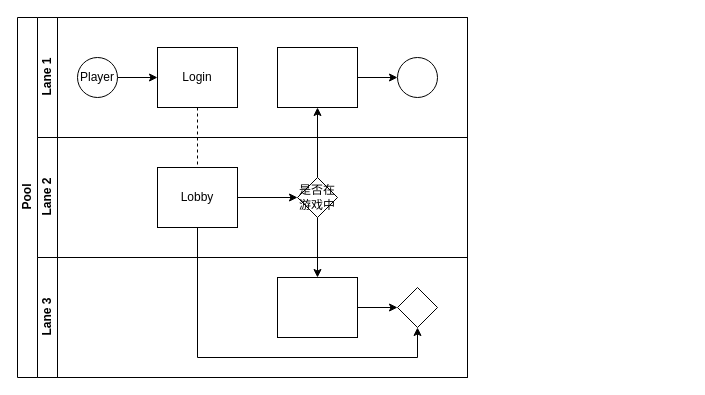
bactq/cmder keeps this draw.io diagram as Untitled Diagram.drawio. Above is the earlier version. Source tidied: cells renumbered, new cells numbered last; positions are measured from the earlier drawing's top-left corner, leaving out a move shared by most shapes. Both pictures are drawn from the tidied source at 100%, with x=0, y=0 at pixel (17, 17).
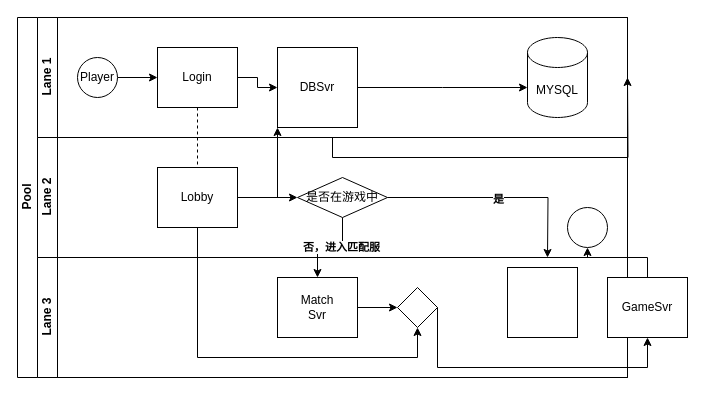
The same diagram, later.

Commit message:
RoyalRummy-logic

Unchanged cells that the change refers to:
```xml
<mxCell id="5" style="edgeStyle=orthogonalEdgeStyle;rounded=0;jettySize=auto;html=1;endArrow=classic;endFill=1;" parent="2" edge="1" source="17" target="20">
  <mxGeometry relative="1" as="geometry" />
</mxCell>
<mxCell id="10" value="Login" style="rounded=0;whiteSpace=wrap;html=1;fontFamily=Helvetica;fontSize=12;fontColor=#000000;align=center;" parent="7" vertex="1">
  <mxGeometry x="120" y="30" width="80" height="60" as="geometry" />
</mxCell>
<mxCell id="16" value="Lobby" style="rounded=0;whiteSpace=wrap;html=1;fontFamily=Helvetica;fontSize=12;fontColor=#000000;align=center;" parent="14" vertex="1">
  <mxGeometry x="120" y="30" width="80" height="60" as="geometry" />
</mxCell>
<mxCell id="21" style="rhombus;whiteSpace=wrap;html=1;fontFamily=Helvetica;fontSize=12;fontColor=#000000;align=center;" parent="18" vertex="1">
  <mxGeometry x="360" y="30" width="40" height="40" as="geometry" />
</mxCell>
```

Diff of the diagram source:
```diff
@@
     <mxCell id="2" value="Pool" style="swimlane;html=1;horizontal=0;startSize=20;" parent="1" vertex="1">
-      <mxGeometry width="450" height="360" as="geometry" />
+      <mxGeometry width="610" height="360" as="geometry" />
     </mxCell>
@@
-    <mxCell id="4" style="edgeStyle=orthogonalEdgeStyle;rounded=0;jettySize=auto;html=1;endArrow=classic;endFill=1;" parent="2" edge="1" source="17" target="12">
-      <mxGeometry relative="1" as="geometry" />
-    </mxCell>
@@
+    <mxCell id="22" value="否，进入匹配服" style="edgeLabel;html=1;align=center;verticalAlign=middle;fontStyle=1;" parent="5" vertex="1">
+      <mxGeometry x="-0.25" y="-1" relative="1" as="geometry" />
+    </mxCell>
@@
     <mxCell id="7" value="Lane 1" style="swimlane;html=1;startSize=20;horizontal=0;" parent="2" vertex="1">
-      <mxGeometry x="20" width="430" height="120" as="geometry" />
+      <mxGeometry x="20" width="590" height="120" as="geometry" />
     </mxCell>
@@
+    <mxCell id="23" style="edgeStyle=orthogonalEdgeStyle;rounded=0;jettySize=auto;html=1;" parent="7" edge="1" source="10" target="24">
+      <mxGeometry relative="1" as="geometry" />
+    </mxCell>
@@
-    <mxCell id="11" style="edgeStyle=orthogonalEdgeStyle;rounded=0;jettySize=auto;html=1;endArrow=classic;endFill=1;" parent="7" edge="1" source="12" target="13">
-      <mxGeometry relative="1" as="geometry" />
-    </mxCell>
-    <mxCell id="12" style="rounded=0;whiteSpace=wrap;html=1;fontFamily=Helvetica;fontSize=12;fontColor=#000000;align=center;" parent="7" vertex="1">
-      <mxGeometry x="240" y="30" width="80" height="60" as="geometry" />
-    </mxCell>
-    <mxCell id="13" style="ellipse;whiteSpace=wrap;html=1;" parent="7" vertex="1">
-      <mxGeometry x="360" y="40" width="40" height="40" as="geometry" />
-    </mxCell>
+    <mxCell id="24" value="DBSvr&lt;br&gt;" style="whiteSpace=wrap;html=1;" parent="7" vertex="1">
+      <mxGeometry x="240" y="30" width="80" height="80" as="geometry" />
+    </mxCell>
     <mxCell id="14" value="Lane 2" style="swimlane;html=1;startSize=20;horizontal=0;" parent="2" vertex="1">
-      <mxGeometry x="20" y="120" width="430" height="120" as="geometry" />
+      <mxGeometry x="20" y="120" width="590" height="120" as="geometry" />
     </mxCell>
@@
     <mxCell id="17" value="是否在游戏中" style="rhombus;whiteSpace=wrap;html=1;fontFamily=Helvetica;fontSize=12;fontColor=#000000;align=center;" parent="14" vertex="1">
-      <mxGeometry x="260" y="40" width="40" height="40" as="geometry" />
+      <mxGeometry x="260" y="40" width="90" height="40" as="geometry" />
     </mxCell>
     <mxCell id="18" value="Lane 3" style="swimlane;html=1;startSize=20;horizontal=0;" parent="2" vertex="1">
-      <mxGeometry x="20" y="240" width="430" height="120" as="geometry" />
+      <mxGeometry x="20" y="240" width="590" height="120" as="geometry" />
     </mxCell>
@@
-    <mxCell id="20" style="rounded=0;whiteSpace=wrap;html=1;fontFamily=Helvetica;fontSize=12;fontColor=#000000;align=center;" parent="18" vertex="1">
+    <mxCell id="20" value="Match&lt;br&gt;Svr" style="rounded=0;whiteSpace=wrap;html=1;fontFamily=Helvetica;fontSize=12;fontColor=#000000;align=center;" parent="18" vertex="1">
       <mxGeometry x="240" y="20" width="80" height="60" as="geometry" />
     </mxCell>
@@
+    <mxCell id="25" style="whiteSpace=wrap;html=1;" parent="18" vertex="1">
+      <mxGeometry x="470" y="10" width="70" height="70" as="geometry" />
+    </mxCell>
+    <mxCell id="26" style="edgeStyle=orthogonalEdgeStyle;rounded=0;jettySize=auto;html=1;" parent="2" edge="1" source="16" target="24">
+      <mxGeometry relative="1" as="geometry">
+        <Array as="points">
+          <mxPoint x="260" y="180" />
+        </Array>
+      </mxGeometry>
+    </mxCell>
+    <mxCell id="12" value="GameSvr" style="rounded=0;whiteSpace=wrap;html=1;fontFamily=Helvetica;fontSize=12;fontColor=#000000;align=center;" parent="1" vertex="1">
+      <mxGeometry x="590" y="260" width="80" height="60" as="geometry" />
+    </mxCell>
+    <mxCell id="4" style="edgeStyle=orthogonalEdgeStyle;rounded=0;jettySize=auto;html=1;endArrow=classic;endFill=1;exitX=1;exitY=0.5;exitDx=0;exitDy=0;" parent="1" edge="1" source="21" target="12">
+      <mxGeometry relative="1" as="geometry">
+        <Array as="points">
+          <mxPoint x="420" y="350" />
+          <mxPoint x="630" y="350" />
+        </Array>
+      </mxGeometry>
+    </mxCell>
+    <mxCell id="11" style="edgeStyle=orthogonalEdgeStyle;rounded=0;jettySize=auto;html=1;endArrow=classic;endFill=1;" parent="1" edge="1" source="12" target="13">
+      <mxGeometry relative="1" as="geometry" />
+    </mxCell>
+    <mxCell id="13" style="ellipse;whiteSpace=wrap;html=1;" parent="1" vertex="1">
+      <mxGeometry x="550" y="190" width="40" height="40" as="geometry" />
+    </mxCell>
+    <mxCell id="27" value="MYSQL" style="shape=cylinder3;whiteSpace=wrap;html=1;boundedLbl=1;backgroundOutline=1;size=15;" parent="1" vertex="1">
+      <mxGeometry x="510" y="20" width="60" height="80" as="geometry" />
+    </mxCell>
+    <mxCell id="28" style="edgeStyle=orthogonalEdgeStyle;rounded=0;jettySize=auto;html=1;" parent="1" edge="1" source="7">
+      <mxGeometry relative="1" as="geometry">
+        <mxPoint x="610" y="60" as="targetPoint" />
+      </mxGeometry>
+    </mxCell>
+    <mxCell id="29" style="edgeStyle=orthogonalEdgeStyle;rounded=0;jettySize=auto;html=1;" parent="1" edge="1" source="24">
+      <mxGeometry relative="1" as="geometry">
+        <mxPoint x="510" y="70" as="targetPoint" />
+      </mxGeometry>
+    </mxCell>
+    <mxCell id="30" style="edgeStyle=orthogonalEdgeStyle;rounded=0;jettySize=auto;html=1;" parent="1" edge="1" source="17">
+      <mxGeometry relative="1" as="geometry">
+        <mxPoint x="530" y="240" as="targetPoint" />
+      </mxGeometry>
+    </mxCell>
+    <mxCell id="31" value="是" style="edgeLabel;html=1;align=center;verticalAlign=middle;fontStyle=1;" parent="30" vertex="1">
+      <mxGeometry y="-1" relative="1" as="geometry" />
+    </mxCell>
```
